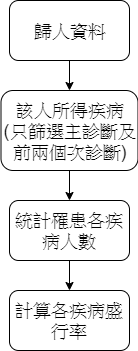
Before: 2019_project_net/images/盛行率.png, a diagram exported from draw.io (LinHongzhi1/net). Source tidied: cells renumbered, new cells last; positions are measured from the earlier drawing's top-left corner, leaving out a move shared by most shapes.
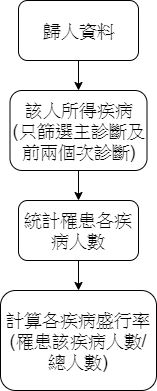
Above is the later version.

The edit, as a diff of the source:
```diff
@@ -20,8 +20,8 @@
     <mxCell id="7" value="&lt;span style=&quot;font-size: 18px&quot;&gt;統計罹患各疾病人數&lt;br&gt;&lt;/span&gt;" style="rounded=1;whiteSpace=wrap;html=1;" parent="1" vertex="1">
       <mxGeometry x="9" y="200" width="120" height="60" as="geometry" />
     </mxCell>
-    <mxCell id="8" value="&lt;span style=&quot;font-size: 18px&quot;&gt;計算各疾病盛行率&lt;br&gt;&lt;/span&gt;" style="rounded=1;whiteSpace=wrap;html=1;" parent="1" vertex="1">
-      <mxGeometry x="9" y="290" width="120" height="60" as="geometry" />
+    <mxCell id="8" value="&lt;span style=&quot;font-size: 18px&quot;&gt;計算各疾病盛行率&lt;br&gt;(罹患該疾病人數/總人數)&lt;br&gt;&lt;/span&gt;" style="rounded=1;whiteSpace=wrap;html=1;" parent="1" vertex="1">
+      <mxGeometry x="-9" y="290" width="156" height="100" as="geometry" />
     </mxCell>
   </root>
 </mxGraphModel>
```
